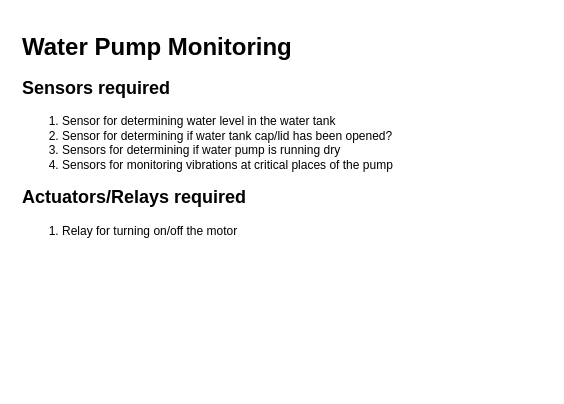
Before: notes/WaterPumpMaintenance.drawio in aniruddhand/ciot-capstone, a draw.io diagram. Source tidied: cells renumbered, new cells numbered last; positions are measured from the earlier drawing's top-left corner, leaving out a move shared by most shapes. Both pictures are drawn from the tidied source at 100%, with x=0, y=0 at pixel (17, 27).
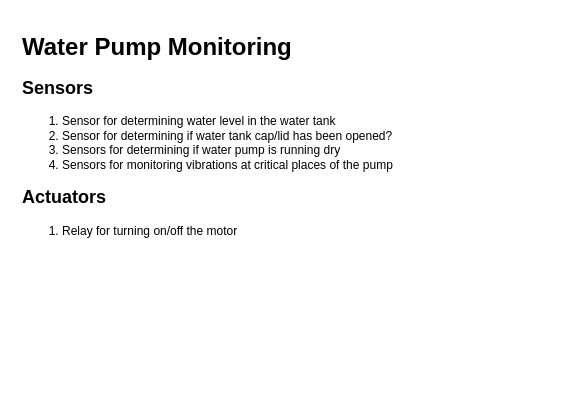
After the change.

What changed in the source:
```diff
@@
 <mxGraphModel>
   <root>
     <mxCell id="0" />
     <mxCell id="1" parent="0" />
-    <mxCell id="2" value="&lt;h1&gt;Water Pump Monitoring&lt;/h1&gt;&lt;div&gt;&lt;h2&gt;Sensors required&lt;/h2&gt;&lt;div&gt;&lt;ol&gt;&lt;li&gt;Sensor for determining water level in the water tank&lt;/li&gt;&lt;li&gt;Sensor for determining if water tank cap/lid has been opened?&lt;/li&gt;&lt;li&gt;Sensors for determining if water pump is running dry&lt;/li&gt;&lt;li&gt;Sensors for monitoring vibrations at critical places of the pump&lt;/li&gt;&lt;/ol&gt;&lt;div&gt;&lt;h2&gt;Actuators/Relays required&lt;/h2&gt;&lt;div&gt;&lt;ol&gt;&lt;li&gt;Relay for turning on/off the motor&lt;/li&gt;&lt;/ol&gt;&lt;/div&gt;&lt;/div&gt;&lt;/div&gt;&lt;/div&gt;" style="text;html=1;strokeColor=none;fillColor=none;spacing=5;spacingTop=-20;whiteSpace=wrap;overflow=hidden;rounded=0;" parent="1" vertex="1">
-      <mxGeometry width="530" height="240" as="geometry" />
+    <mxCell id="2" value="&lt;h1&gt;Water Pump Monitoring&lt;/h1&gt;&lt;div&gt;&lt;h2&gt;Sensors&lt;br&gt;&lt;/h2&gt;&lt;div&gt;&lt;ol&gt;&lt;li&gt;Sensor for determining water level in the water tank&lt;/li&gt;&lt;li&gt;Sensor for determining if water tank cap/lid has been opened?&lt;/li&gt;&lt;li&gt;Sensors for determining if water pump is running dry&lt;/li&gt;&lt;li&gt;Sensors for monitoring vibrations at critical places of the pump&lt;/li&gt;&lt;/ol&gt;&lt;div&gt;&lt;h2&gt;Actuators&lt;br&gt;&lt;/h2&gt;&lt;div&gt;&lt;ol&gt;&lt;li&gt;Relay for turning on/off the motor&lt;/li&gt;&lt;/ol&gt;&lt;/div&gt;&lt;/div&gt;&lt;/div&gt;&lt;/div&gt;" style="text;html=1;spacing=5;spacingTop=-20;whiteSpace=wrap;overflow=hidden;rounded=0;" parent="1" vertex="1">
+      <mxGeometry width="530" height="360" as="geometry" />
     </mxCell>
   </root>
 </mxGraphModel>
```
